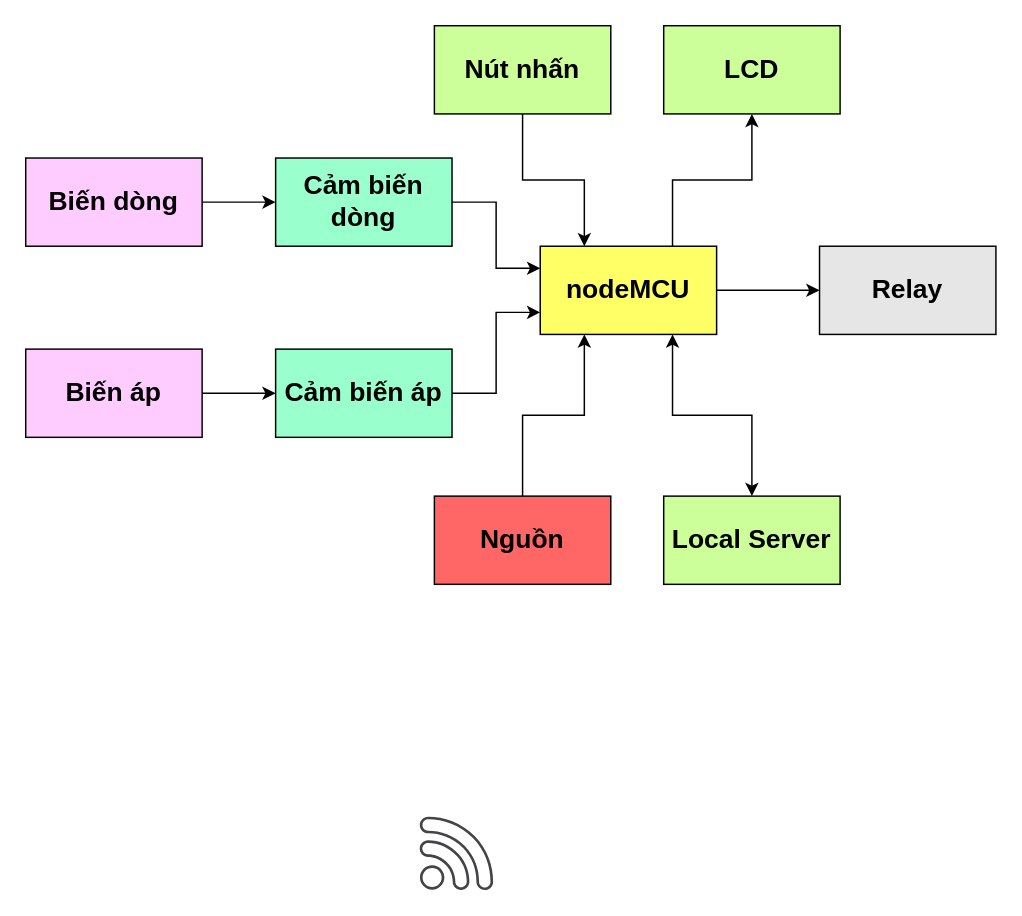
The draw.io diagram page "Block Diagram" (1 of 4) of Report/Diagram/Diagram.drawio in huyle1998/DAKT3, before the edit. Source tidied: cells renumbered, new cells numbered last; positions are measured from the earlier drawing's top-left corner, leaving out a move shared by most shapes. Both pictures are drawn from the tidied source at 147%, with x=0, y=0 at pixel (25, 25).
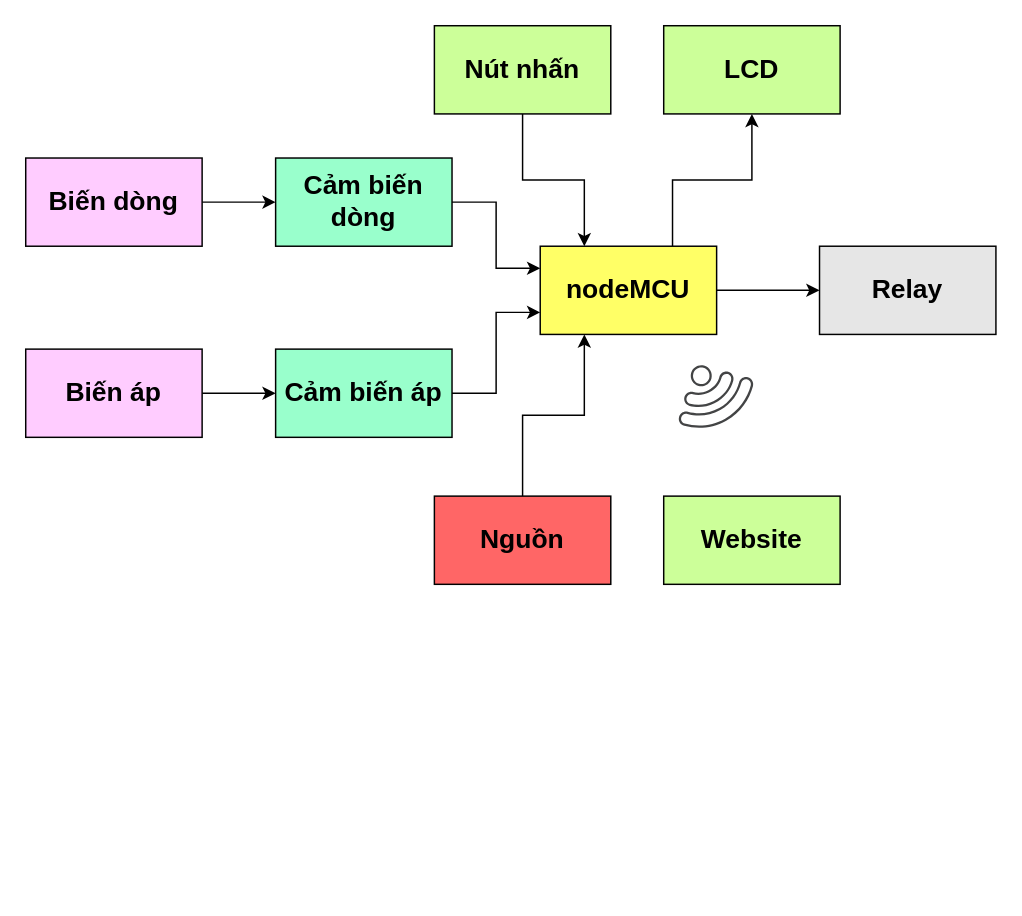
The same diagram, later.

Unchanged cells that the change refers to:
```xml
<mxCell id="5" value="&lt;b&gt;&lt;font style=&quot;font-size: 18px&quot;&gt;nodeMCU&lt;/font&gt;&lt;/b&gt;" style="rounded=0;whiteSpace=wrap;html=1;fillColor=#FFFF66;" parent="1" vertex="1">
  <mxGeometry x="350" y="150" width="120" height="60" as="geometry" />
</mxCell>
```

Diff of the diagram source:
```diff
@@
-    <mxCell id="4" style="edgeStyle=orthogonalEdgeStyle;rounded=0;jettySize=auto;html=1;exitX=0.75;exitY=1;exitDx=0;exitDy=0;entryX=0.5;entryY=0;entryDx=0;entryDy=0;startArrow=classic;startFill=1;" parent="1" edge="1" source="5" target="18">
-      <mxGeometry relative="1" as="geometry" />
-    </mxCell>
@@
-    <mxCell id="18" value="&lt;b&gt;&lt;font style=&quot;font-size: 18px&quot;&gt;Local Server&lt;/font&gt;&lt;/b&gt;" style="rounded=0;whiteSpace=wrap;html=1;fillColor=#CCFF99;" parent="1" vertex="1">
+    <mxCell id="18" value="&lt;b&gt;&lt;font style=&quot;font-size: 18px&quot;&gt;Website&lt;/font&gt;&lt;/b&gt;" style="rounded=0;whiteSpace=wrap;html=1;fillColor=#CCFF99;" parent="1" vertex="1">
       <mxGeometry x="434" y="320" width="120" height="60" as="geometry" />
     </mxCell>
@@
-    <mxCell id="21" style="shadow=0;dashed=0;html=1;strokeColor=none;fillColor=#434445;labelPosition=center;verticalLabelPosition=bottom;verticalAlign=top;align=center;shape=mxgraph.vvd.wi_fi;" parent="1" vertex="1">
-      <mxGeometry x="268" y="538" width="50" height="50" as="geometry" />
+    <mxCell id="21" style="shadow=0;dashed=0;html=1;strokeColor=none;fillColor=#434445;labelPosition=center;verticalLabelPosition=bottom;verticalAlign=top;align=center;shape=mxgraph.vvd.wi_fi;rotation=105;" parent="1" vertex="1">
+      <mxGeometry x="448" y="234" width="43.2" height="43.2" as="geometry" />
     </mxCell>
```
